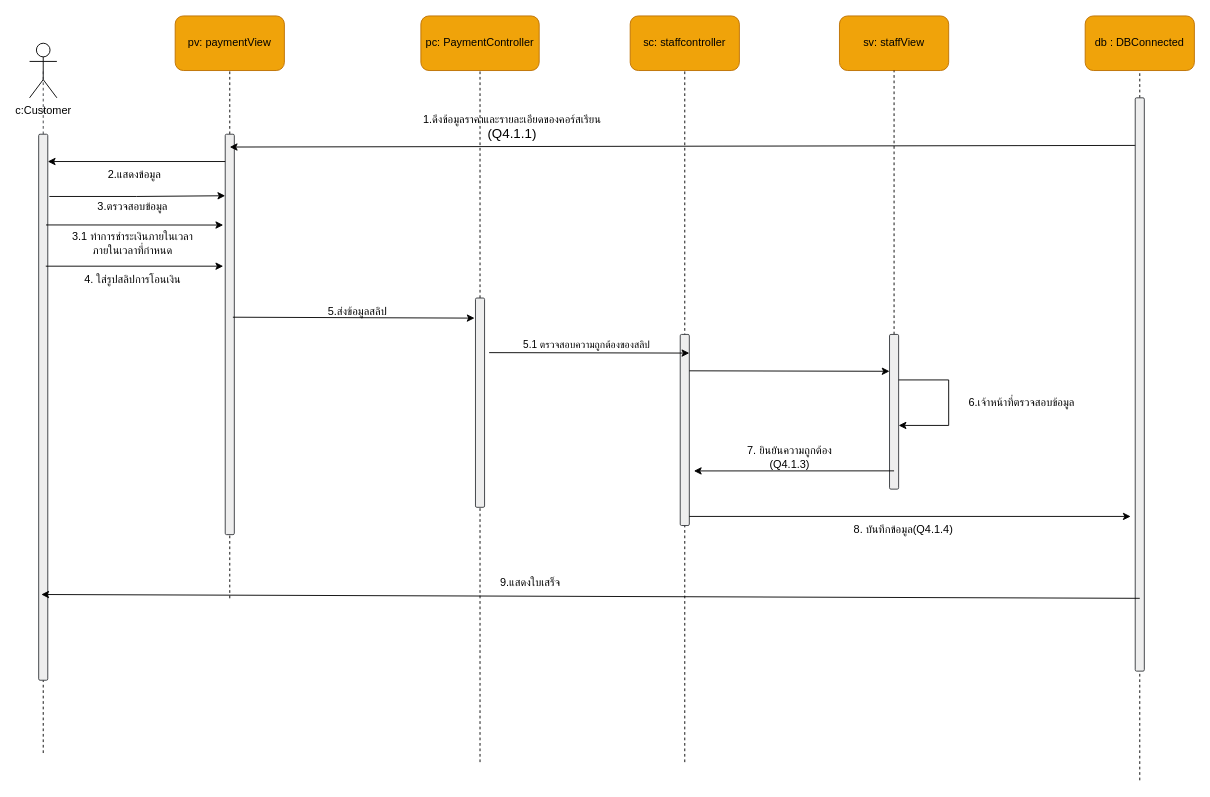
Earlier version of the draw.io diagram page "uc4" (5 of 9) of Documentation/design/diagrams/source/aqkids-sequence.drawio (SaluteKevin/AQkid). Source tidied: cells renumbered, new cells numbered last; positions are measured from the earlier drawing's top-left corner, leaving out a move shared by most shapes. Both pictures are drawn from the tidied source at 91%, with x=0, y=0 at pixel (29, 15).
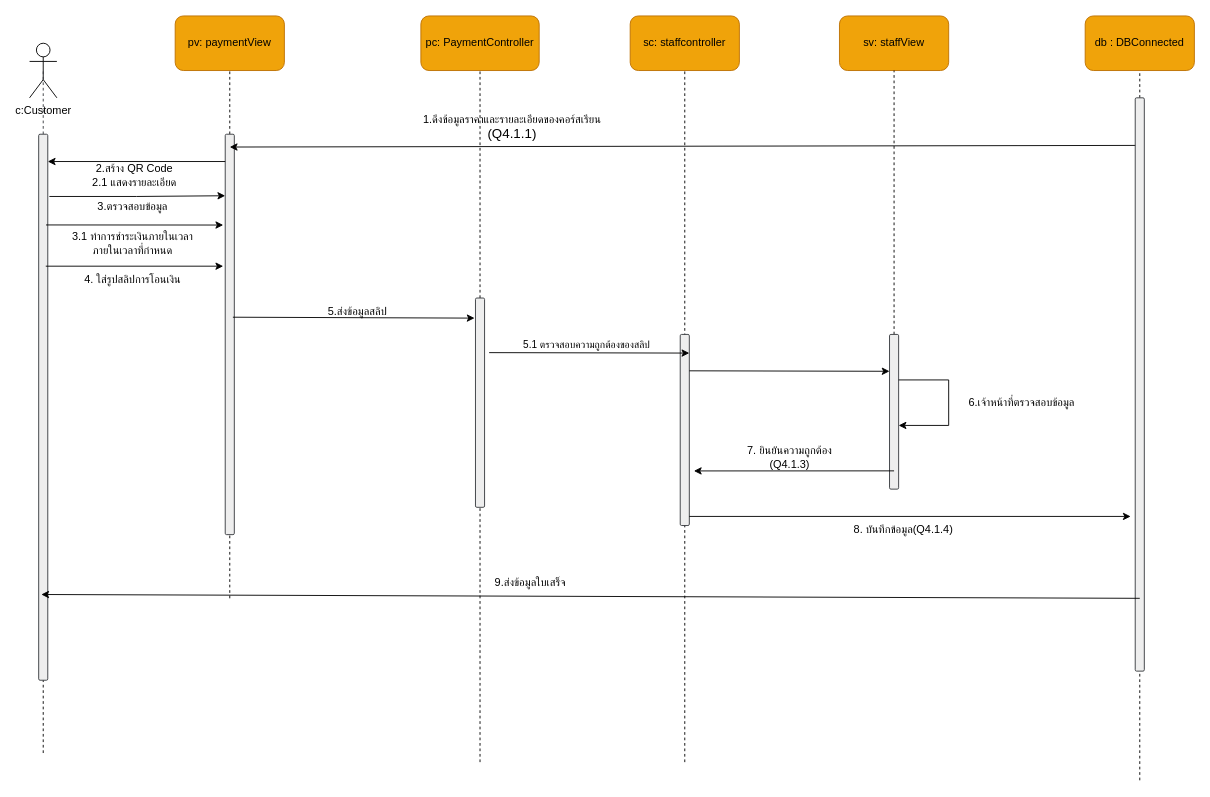
Above is the later version.

Diff of the diagram source:
```diff
@@
-    <mxCell id="39" value="2.แสดงข้อมูล" style="text;html=1;align=center;verticalAlign=middle;strokeColor=none;fillColor=none;" parent="1" vertex="1">
-      <mxGeometry x="70" y="160" width="90" height="30" as="geometry" />
+    <mxCell id="39" value="2.สร้าง QR Code&lt;br&gt;2.1 แสดงรายละเอียด" style="text;html=1;align=center;verticalAlign=middle;strokeColor=none;fillColor=none;" parent="1" vertex="1">
+      <mxGeometry x="50" y="155" width="130" height="40" as="geometry" />
     </mxCell>
@@
-    <mxCell id="47" value="9.แสดงใบเสร็จ" style="text;html=1;align=center;verticalAlign=middle;strokeColor=none;fillColor=none;" parent="1" vertex="1">
-      <mxGeometry x="500" y="608" width="100" height="30" as="geometry" />
+    <mxCell id="47" value="9.ส่งข้อมูลใบเสร็จ" style="text;html=1;align=center;verticalAlign=middle;strokeColor=none;fillColor=none;" parent="1" vertex="1">
+      <mxGeometry x="495" y="608" width="110" height="30" as="geometry" />
     </mxCell>
```
